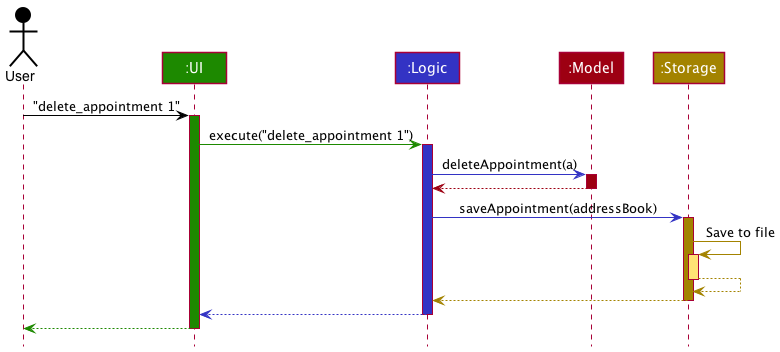
Earlier version of the PlantUML export docs/images/ArchitectureSequenceDiagram.png (nus-cs2103-AY2021S2/tp).
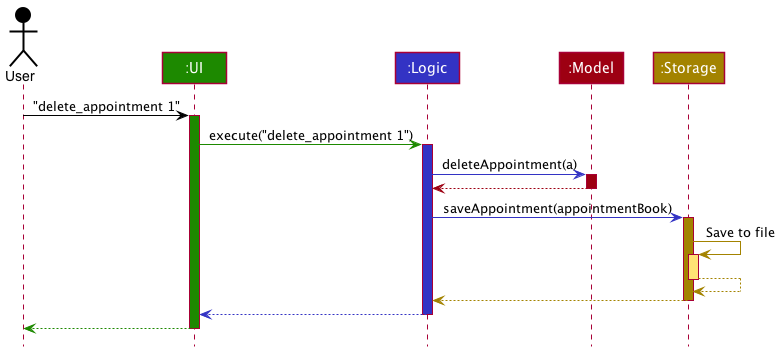
After the commit.

The edit, as a diff of the source:
```diff
@@ -19,7 +19,7 @@
 model -[MODEL_COLOR]-> logic
 deactivate model
 
-logic -[LOGIC_COLOR]> storage : saveAppointment(addressBook)
+logic -[LOGIC_COLOR]> storage : saveAppointment(appointmentBook)
 activate storage STORAGE_COLOR
 
 storage -[STORAGE_COLOR]> storage : Save to file
```
